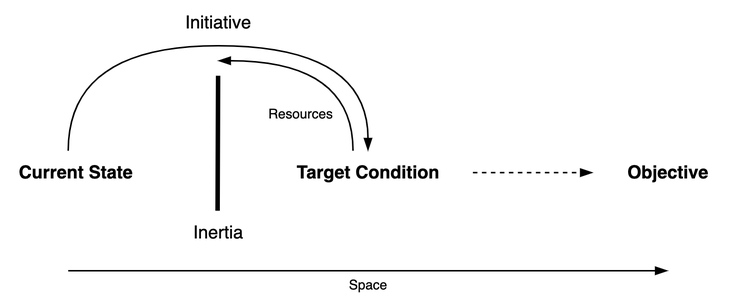
This is img/objective-initiative.png from voschezang/coding-handbook, a draw.io export, as it was before one commit. Source tidied: cells renumbered, new cells last; positions are measured from the earlier drawing's top-left corner, leaving out a move shared by most shapes.
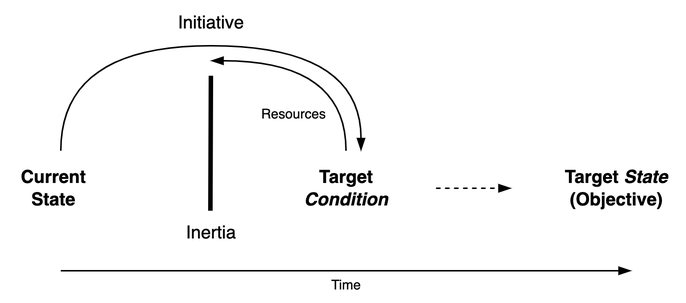
After the commit.

Commit message:
add OKR img

Diff of the diagram source:
```diff
@@ -2,11 +2,11 @@
   <root>
     <mxCell id="0" />
     <mxCell id="1" parent="0" />
-    <mxCell id="2" value="Current State" style="text;html=1;align=center;verticalAlign=middle;strokeColor=none;fillColor=none;fontStyle=1;" parent="1" vertex="1">
-      <mxGeometry y="100" width="100" height="30" as="geometry" />
+    <mxCell id="2" value="Current &lt;br&gt;State" style="text;html=1;align=center;verticalAlign=middle;strokeColor=none;fillColor=none;fontStyle=1;" parent="1" vertex="1">
+      <mxGeometry x="5" y="105" width="70" height="40" as="geometry" />
     </mxCell>
-    <mxCell id="3" value="Target Condition" style="text;html=1;align=center;verticalAlign=middle;strokeColor=none;fillColor=none;fontStyle=1;" parent="1" vertex="1">
-      <mxGeometry x="185" y="100" width="120" height="30" as="geometry" />
+    <mxCell id="3" value="&lt;span style=&quot;font-style: normal;&quot;&gt;Target &lt;/span&gt;&lt;br&gt;Condition" style="text;html=1;align=center;verticalAlign=middle;strokeColor=none;fillColor=none;fontStyle=3;" parent="1" vertex="1">
+      <mxGeometry x="195" y="105" width="80" height="40" as="geometry" />
     </mxCell>
     <mxCell id="4" value="Inertia" style="text;html=1;align=center;verticalAlign=middle;strokeColor=none;fillColor=none;" parent="1" vertex="1">
       <mxGeometry x="115" y="140" width="60" height="30" as="geometry" />
@@ -42,22 +42,26 @@
         </Array>
       </mxGeometry>
     </mxCell>
-    <mxCell id="10" value="Objective" style="text;html=1;align=center;verticalAlign=middle;strokeColor=none;fillColor=none;fontStyle=1;" parent="1" vertex="1">
-      <mxGeometry x="405" y="100" width="80" height="30" as="geometry" />
+    <mxCell id="10" value="Target &lt;i&gt;State&lt;/i&gt;&lt;br&gt;(Objective)" style="text;html=1;align=center;verticalAlign=middle;strokeColor=none;fillColor=none;fontStyle=1;" parent="1" vertex="1">
+      <mxGeometry x="370" y="105" width="90" height="40" as="geometry" />
     </mxCell>
-    <mxCell id="11" value="Space" style="text;html=1;align=center;verticalAlign=middle;strokeColor=none;fillColor=none;fontSize=9;" parent="1" vertex="1">
-      <mxGeometry x="220" y="180" width="50" height="20" as="geometry" />
+    <mxCell id="11" value="Time" style="text;html=1;align=center;verticalAlign=middle;strokeColor=none;fillColor=none;fontSize=9;" parent="1" vertex="1">
+      <mxGeometry x="215" y="180" width="40" height="20" as="geometry" />
     </mxCell>
     <mxCell id="12" style="edgeStyle=orthogonalEdgeStyle;rounded=0;orthogonalLoop=1;jettySize=auto;html=1;exitX=1;exitY=0.5;exitDx=0;exitDy=0;strokeWidth=1;endArrow=blockThin;endFill=1;" parent="1" edge="1">
       <mxGeometry relative="1" as="geometry">
         <mxPoint x="45" y="180" as="sourcePoint" />
-        <mxPoint x="445" y="180" as="targetPoint" />
+        <mxPoint x="425" y="180" as="targetPoint" />
       </mxGeometry>
     </mxCell>
     <mxCell id="13" style="edgeStyle=orthogonalEdgeStyle;rounded=0;orthogonalLoop=1;jettySize=auto;html=1;strokeWidth=1;endArrow=blockThin;endFill=1;dashed=1;" parent="1" edge="1">
       <mxGeometry relative="1" as="geometry">
-        <mxPoint x="315" y="114.6" as="sourcePoint" />
-        <mxPoint x="395" y="114.6" as="targetPoint" />
+        <mxPoint x="295" y="125" as="sourcePoint" />
+        <mxPoint x="345" y="125" as="targetPoint" />
+        <Array as="points">
+          <mxPoint x="325" y="125" />
+          <mxPoint x="355" y="125" />
+        </Array>
       </mxGeometry>
     </mxCell>
   </root>
```
